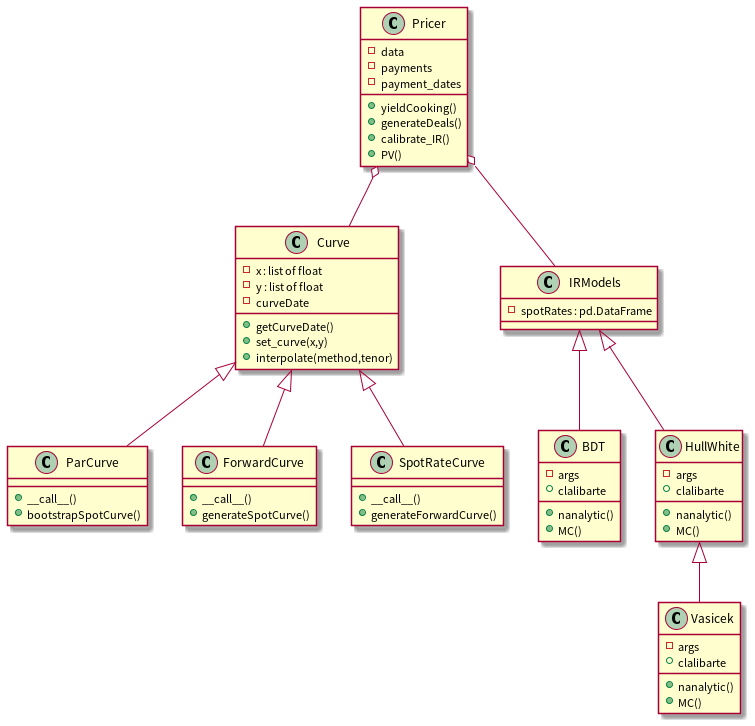
Above: structure.png in Clarence1027/IRD-pricer (PlantUML), before the change.
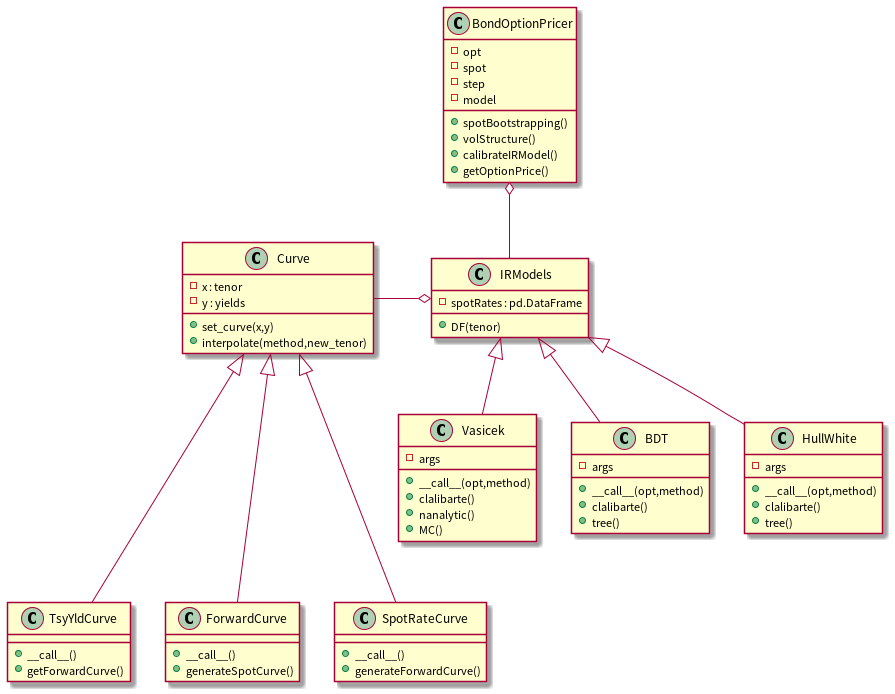
After the change.

What changed in the source:
```diff
@@ -1,17 +1,14 @@
 @startuml
 class Curve{
-	-x : list of float
-	-y : list of float
-	-curveDate
-
-	+getCurveDate()
+	-x : tenor
+	-y : yields
 	+set_curve(x,y)
-	+interpolate(method,tenor)
+	+interpolate(method,new_tenor)
 }
 
-class ParCurve{
+class TsyYldCurve{
 	+__call__()
-	+bootstrapSpotCurve()
+	+getForwardCurve()
 }
 
 class ForwardCurve{
@@ -24,52 +21,55 @@
 	+generateForwardCurve()
 }
 
-Curve <|-- ParCurve
-Curve <|-- SpotRateCurve
-Curve <|-- ForwardCurve
+TsyYldCurve -up--|> Curve
+SpotRateCurve -up--|> Curve
+ForwardCurve -up--|> Curve
 
 
 class IRModels{
 	-spotRates : pd.DataFrame
+	+DF(tenor)
 }
 
 class Vasicek{
 	-args
-	+clalibarte
+	+__call__(opt,method)
+	+clalibarte()
 	+nanalytic()
 	+MC()
 }
 
 class BDT{
 	-args
-	+clalibarte
-	+nanalytic()
-	+MC()
+	+__call__(opt,method)
+	+clalibarte()
+	+tree()
 }
 
 class HullWhite{
 	-args
-	+clalibarte
-	+nanalytic()
-	+MC()
+	+__call__(opt,method)
+	+clalibarte()
+	+tree()
 }
 
 IRModels <|-- HullWhite
-HullWhite <|-- Vasicek
+IRModels <|-- Vasicek
 IRModels <|-- BDT
 
-class Pricer{
-	-data
-	-payments
-	-payment_dates
-	+yieldCooking()
-	+generateDeals()
-	+calibrate_IR()
-	+PV()
+class BondOptionPricer{
+	-opt
+	-spot
+	-step
+	-model
+	+spotBootstrapping()
+	+volStructure()
+	+calibrateIRModel()
+	+getOptionPrice()
 }
 
-Pricer o-- IRModels
-Pricer o-- Curve
+BondOptionPricer o-- IRModels
+Curve -right--o IRModels
 
 
 @enduml
```
